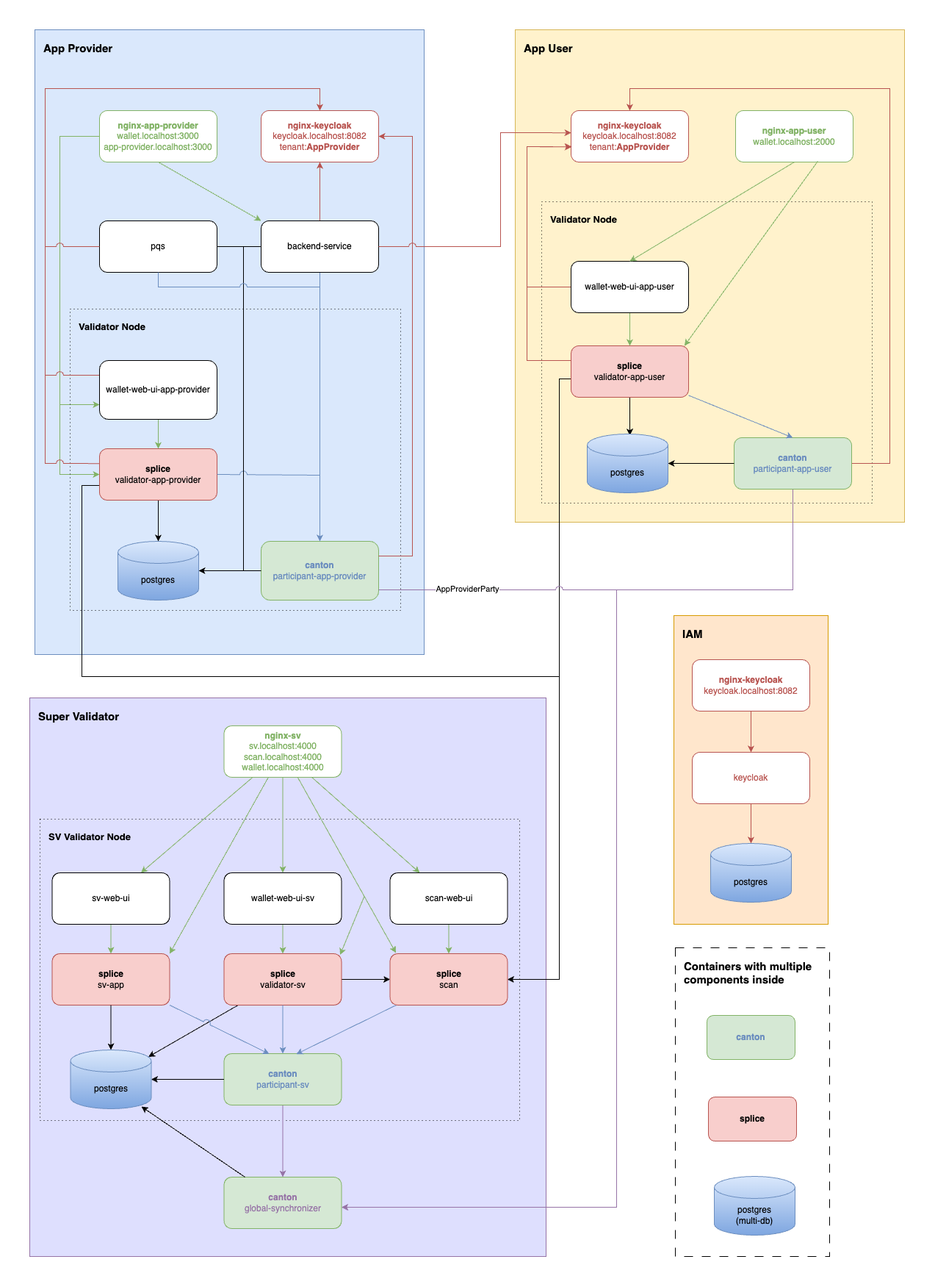
Earlier version of the draw.io export docs/images/qs-topology.drawio.png (digital-asset/cn-quickstart). Source tidied: cells renumbered, new cells last; positions are measured from the earlier drawing's top-left corner, leaving out a move shared by most shapes.
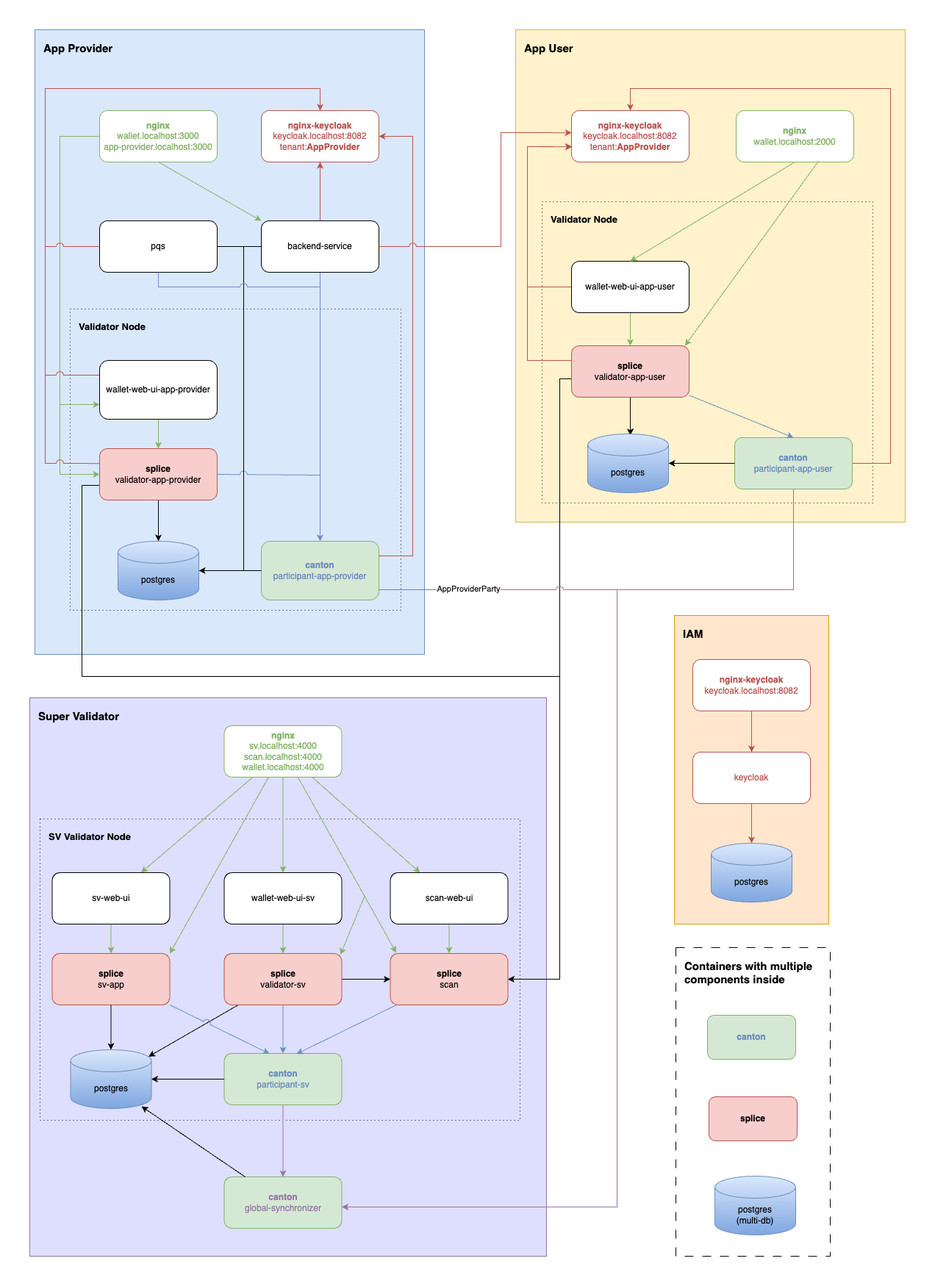
Later version of the same file.

The edit, as a diff of the source:
```diff
@@ -96,7 +96,7 @@
     <mxCell id="20" value="wallet-web-ui-app-user" style="rounded=1;whiteSpace=wrap;html=1;" parent="1" vertex="1">
       <mxGeometry x="737" y="315" width="160" height="70" as="geometry" />
     </mxCell>
-    <mxCell id="21" value="&lt;b&gt;&lt;font style=&quot;color: rgb(130, 179, 102);&quot;&gt;nginx-app-user&lt;/font&gt;&lt;/b&gt;&lt;div&gt;&lt;font style=&quot;color: rgb(130, 179, 102);&quot;&gt;wallet.localhost:2000&lt;/font&gt;&lt;/div&gt;" style="rounded=1;whiteSpace=wrap;html=1;fillColor=#FFFFFF;strokeColor=#82b366;" parent="1" vertex="1">
+    <mxCell id="21" value="&lt;b&gt;&lt;font style=&quot;color: rgb(130, 179, 102);&quot;&gt;nginx&lt;/font&gt;&lt;/b&gt;&lt;div&gt;&lt;font style=&quot;color: rgb(130, 179, 102);&quot;&gt;wallet.localhost:2000&lt;/font&gt;&lt;/div&gt;" style="rounded=1;whiteSpace=wrap;html=1;fillColor=#FFFFFF;strokeColor=#82b366;" parent="1" vertex="1">
       <mxGeometry x="961" y="110" width="160" height="70" as="geometry" />
     </mxCell>
     <mxCell id="22" value="&lt;font style=&quot;color: rgb(184, 84, 80);&quot;&gt;&lt;font style=&quot;text-align: left; font-weight: bold;&quot;&gt;nginx-keycloak&lt;br&gt;&lt;/font&gt;&lt;span style=&quot;text-align: left;&quot;&gt;keycloak.localhost:8082&lt;/span&gt;&lt;/font&gt;&lt;div&gt;&lt;font style=&quot;color: rgb(184, 84, 80);&quot;&gt;&lt;span style=&quot;text-align: left;&quot;&gt;tenant:&lt;/span&gt;&lt;span style=&quot;background-color: transparent;&quot;&gt;&lt;b&gt;AppProvider&lt;/b&gt;&lt;/span&gt;&lt;/font&gt;&lt;/div&gt;" style="rounded=1;whiteSpace=wrap;html=1;strokeColor=#b85450;align=center;verticalAlign=middle;fontFamily=Helvetica;fontSize=12;fillColor=#FFFFFF;fontColor=default;" parent="1" vertex="1">
@@ -153,7 +153,7 @@
     <mxCell id="32" value="wallet-web-ui-app-provider" style="rounded=1;whiteSpace=wrap;html=1;" parent="1" vertex="1">
       <mxGeometry x="95" y="450" width="160" height="80" as="geometry" />
     </mxCell>
-    <mxCell id="33" value="&lt;b&gt;&lt;font style=&quot;color: rgb(130, 179, 102);&quot;&gt;nginx-app-provider&lt;/font&gt;&lt;/b&gt;&lt;div&gt;&lt;font style=&quot;color: rgb(130, 179, 102);&quot;&gt;wallet.localhost:3000&lt;/font&gt;&lt;/div&gt;&lt;div&gt;&lt;font style=&quot;color: rgb(130, 179, 102);&quot;&gt;app-provider.localhost:3000&lt;/font&gt;&lt;/div&gt;" style="rounded=1;whiteSpace=wrap;html=1;fillColor=#FFFFFF;strokeColor=#82b366;align=center;verticalAlign=middle;fontFamily=Helvetica;fontSize=12;fontColor=default;" parent="1" vertex="1">
+    <mxCell id="33" value="&lt;b&gt;&lt;font style=&quot;color: rgb(130, 179, 102);&quot;&gt;nginx&lt;/font&gt;&lt;/b&gt;&lt;div&gt;&lt;font style=&quot;color: rgb(130, 179, 102);&quot;&gt;wallet.localhost:3000&lt;/font&gt;&lt;/div&gt;&lt;div&gt;&lt;font style=&quot;color: rgb(130, 179, 102);&quot;&gt;app-provider.localhost:3000&lt;/font&gt;&lt;/div&gt;" style="rounded=1;whiteSpace=wrap;html=1;fillColor=#FFFFFF;strokeColor=#82b366;align=center;verticalAlign=middle;fontFamily=Helvetica;fontSize=12;fontColor=default;" parent="1" vertex="1">
       <mxGeometry x="95" y="110" width="160" height="70" as="geometry" />
     </mxCell>
     <mxCell id="34" style="rounded=0;jettySize=auto;html=1;entryX=1;entryY=0.5;entryDx=0;entryDy=0;entryPerimeter=0;" parent="1" edge="1" source="25" target="92">
@@ -252,7 +252,7 @@
     <mxCell id="54" style="rounded=0;jettySize=auto;html=1;entryX=0.05;entryY=-0.016;entryDx=0;entryDy=0;fontFamily=Helvetica;fontSize=11;fontColor=default;labelBackgroundColor=default;strokeColor=#82b366;align=center;verticalAlign=middle;endArrow=classic;fillColor=#d5e8d4;entryPerimeter=0;exitX=0.625;exitY=0.993;exitDx=0;exitDy=0;exitPerimeter=0;" parent="1" edge="1" source="55" target="72">
       <mxGeometry relative="1" as="geometry" />
     </mxCell>
-    <mxCell id="55" value="&lt;b&gt;&lt;font style=&quot;color: rgb(130, 179, 102);&quot;&gt;nginx-sv&lt;/font&gt;&lt;/b&gt;&lt;div&gt;&lt;font style=&quot;color: rgb(130, 179, 102);&quot;&gt;sv.localhost:4000&lt;/font&gt;&lt;/div&gt;&lt;div&gt;&lt;font style=&quot;color: rgb(130, 179, 102);&quot;&gt;scan.localhost:4000&lt;br&gt;&lt;/font&gt;&lt;div&gt;&lt;font style=&quot;color: rgb(130, 179, 102);&quot;&gt;wallet.localhost:4000&lt;/font&gt;&lt;/div&gt;&lt;/div&gt;" style="rounded=1;whiteSpace=wrap;html=1;fillColor=#FFFFFF;strokeColor=#82b366;align=center;verticalAlign=middle;fontFamily=Helvetica;fontSize=12;fontColor=default;" parent="1" vertex="1">
+    <mxCell id="55" value="&lt;b&gt;&lt;font style=&quot;color: rgb(130, 179, 102);&quot;&gt;nginx&lt;/font&gt;&lt;/b&gt;&lt;div&gt;&lt;font style=&quot;color: rgb(130, 179, 102);&quot;&gt;sv.localhost:4000&lt;/font&gt;&lt;/div&gt;&lt;div&gt;&lt;font style=&quot;color: rgb(130, 179, 102);&quot;&gt;scan.localhost:4000&lt;br&gt;&lt;/font&gt;&lt;div&gt;&lt;font style=&quot;color: rgb(130, 179, 102);&quot;&gt;wallet.localhost:4000&lt;/font&gt;&lt;/div&gt;&lt;/div&gt;" style="rounded=1;whiteSpace=wrap;html=1;fillColor=#FFFFFF;strokeColor=#82b366;align=center;verticalAlign=middle;fontFamily=Helvetica;fontSize=12;fontColor=default;" parent="1" vertex="1">
       <mxGeometry x="264.5" y="947" width="160" height="70" as="geometry" />
     </mxCell>
     <mxCell id="56" style="rounded=0;jettySize=auto;html=1;entryX=0.5;entryY=0;entryDx=0;entryDy=0;fontFamily=Helvetica;fontSize=11;fontColor=default;labelBackgroundColor=default;startArrow=none;startFill=0;fillColor=#e1d5e7;strokeColor=#9673a6;" parent="1" edge="1" source="57" target="49">
```
